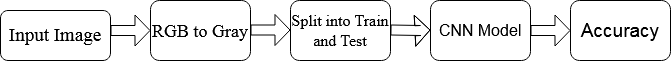
musaru/first_program keeps this draw.io diagram as 28 Aprill meeting.png. Above is the earlier version. Source tidied: cells renumbered, new cells last; positions are measured from the earlier drawing's top-left corner, leaving out a move shared by most shapes. Its diagram source:
```xml
<mxGraphModel>
  <root>
    <mxCell id="0" />
    <mxCell id="1" parent="0" />
    <mxCell id="2" value="&lt;pre style=&quot;font-size: 19px&quot;&gt;&lt;font style=&quot;font-size: 19px&quot; face=&quot;Times New Roman&quot;&gt;Input Image&lt;/font&gt;&lt;/pre&gt;" style="rounded=1;whiteSpace=wrap;html=1;" parent="1" vertex="1">
      <mxGeometry y="10" width="110" height="50" as="geometry" />
    </mxCell>
    <mxCell id="3" style="shape=flexArrow;endArrow=classic;html=1;width=10;startSize=4.67;endSize=4.67;" parent="1" edge="1">
      <mxGeometry relative="1" as="geometry">
        <mxPoint x="110" y="30" as="sourcePoint" />
        <mxPoint x="150" y="30" as="targetPoint" />
      </mxGeometry>
    </mxCell>
    <mxCell id="4" value="&lt;font style=&quot;font-size: 18px&quot; face=&quot;Times New Roman&quot;&gt;RGB to Gray&lt;/font&gt;" style="rounded=1;whiteSpace=wrap;html=1;" parent="1" vertex="1">
      <mxGeometry x="150" width="100" height="60" as="geometry" />
    </mxCell>
    <mxCell id="5" value="&lt;font style=&quot;font-size: 16px&quot; face=&quot;Times New Roman&quot;&gt;Split into Train and Test&lt;br&gt;&lt;/font&gt;" style="rounded=1;whiteSpace=wrap;html=1;" parent="1" vertex="1">
      <mxGeometry x="290" width="100" height="60" as="geometry" />
    </mxCell>
    <mxCell id="6" style="shape=flexArrow;endArrow=classic;html=1;width=10;startSize=4.67;endSize=4.67;" parent="1" edge="1">
      <mxGeometry relative="1" as="geometry">
        <mxPoint x="250" y="29.5" as="sourcePoint" />
        <mxPoint x="290" y="29.5" as="targetPoint" />
      </mxGeometry>
    </mxCell>
    <mxCell id="7" style="shape=flexArrow;endArrow=classic;html=1;width=10;startSize=4.67;endSize=4.67;" parent="1" edge="1">
      <mxGeometry relative="1" as="geometry">
        <mxPoint x="390" y="29.5" as="sourcePoint" />
        <mxPoint x="430" y="29.5" as="targetPoint" />
        <Array as="points">
          <mxPoint x="420" y="30" />
        </Array>
      </mxGeometry>
    </mxCell>
    <mxCell id="8" value="&lt;font style=&quot;font-size: 16px&quot;&gt;CNN Model&lt;br&gt;&lt;/font&gt;" style="rounded=1;whiteSpace=wrap;html=1;" parent="1" vertex="1">
      <mxGeometry x="430" width="100" height="60" as="geometry" />
    </mxCell>
    <mxCell id="9" value="&lt;font style=&quot;font-size: 19px&quot;&gt;Accuracy&lt;/font&gt;" style="rounded=1;whiteSpace=wrap;html=1;" parent="1" vertex="1">
      <mxGeometry x="570" width="100" height="60" as="geometry" />
    </mxCell>
    <mxCell id="10" style="shape=flexArrow;endArrow=classic;html=1;width=10;startSize=4.67;endSize=4.67;" parent="1" edge="1">
      <mxGeometry relative="1" as="geometry">
        <mxPoint x="530" y="30" as="sourcePoint" />
        <mxPoint x="570" y="30" as="targetPoint" />
      </mxGeometry>
    </mxCell>
  </root>
</mxGraphModel>
```
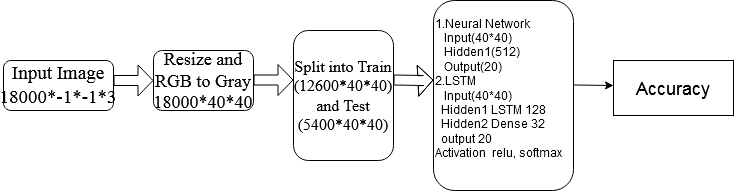
Later version of the same file.

Diff of the diagram source:
```diff
@@ -2,7 +2,7 @@
   <root>
     <mxCell id="0" />
     <mxCell id="1" parent="0" />
-    <mxCell id="2" value="&lt;pre style=&quot;font-size: 19px&quot;&gt;&lt;font style=&quot;font-size: 19px&quot; face=&quot;Times New Roman&quot;&gt;Input Image&lt;/font&gt;&lt;/pre&gt;" style="rounded=1;whiteSpace=wrap;html=1;" parent="1" vertex="1">
+    <mxCell id="2" value="&lt;pre style=&quot;font-size: 19px&quot;&gt;&lt;font style=&quot;font-size: 19px&quot; face=&quot;Times New Roman&quot;&gt;Input Image&lt;br&gt;18000*-1*-1*3&lt;br&gt;&lt;/font&gt;&lt;/pre&gt;" style="rounded=1;whiteSpace=wrap;html=1;" parent="1" vertex="1">
       <mxGeometry y="10" width="110" height="50" as="geometry" />
     </mxCell>
     <mxCell id="3" style="shape=flexArrow;endArrow=classic;html=1;width=10;startSize=4.67;endSize=4.67;" parent="1" edge="1">
@@ -11,11 +11,11 @@
         <mxPoint x="150" y="30" as="targetPoint" />
       </mxGeometry>
     </mxCell>
-    <mxCell id="4" value="&lt;font style=&quot;font-size: 18px&quot; face=&quot;Times New Roman&quot;&gt;RGB to Gray&lt;/font&gt;" style="rounded=1;whiteSpace=wrap;html=1;" parent="1" vertex="1">
+    <mxCell id="4" value="&lt;div&gt;&lt;font style=&quot;font-size: 18px&quot; face=&quot;Times New Roman&quot;&gt;Resize and RGB to Gray&lt;/font&gt;&lt;/div&gt;&lt;div&gt;&lt;font style=&quot;font-size: 18px&quot; face=&quot;Times New Roman&quot;&gt;18000*40*40&lt;br&gt;&lt;/font&gt;&lt;/div&gt;" style="rounded=1;whiteSpace=wrap;html=1;" parent="1" vertex="1">
       <mxGeometry x="150" width="100" height="60" as="geometry" />
     </mxCell>
-    <mxCell id="5" value="&lt;font style=&quot;font-size: 16px&quot; face=&quot;Times New Roman&quot;&gt;Split into Train and Test&lt;br&gt;&lt;/font&gt;" style="rounded=1;whiteSpace=wrap;html=1;" parent="1" vertex="1">
-      <mxGeometry x="290" width="100" height="60" as="geometry" />
+    <mxCell id="5" value="&lt;font style=&quot;font-size: 16px&quot; face=&quot;Times New Roman&quot;&gt;Split into Train (12600*40*40) and Test (5400*40*40)&lt;br&gt;&lt;/font&gt;" style="rounded=1;whiteSpace=wrap;html=1;" parent="1" vertex="1">
+      <mxGeometry x="290" y="-20" width="100" height="130" as="geometry" />
     </mxCell>
     <mxCell id="6" style="shape=flexArrow;endArrow=classic;html=1;width=10;startSize=4.67;endSize=4.67;" parent="1" edge="1">
       <mxGeometry relative="1" as="geometry">
@@ -32,17 +32,17 @@
         </Array>
       </mxGeometry>
     </mxCell>
-    <mxCell id="8" value="&lt;font style=&quot;font-size: 16px&quot;&gt;CNN Model&lt;br&gt;&lt;/font&gt;" style="rounded=1;whiteSpace=wrap;html=1;" parent="1" vertex="1">
-      <mxGeometry x="430" width="100" height="60" as="geometry" />
+    <mxCell id="8" value="&lt;div align=&quot;left&quot;&gt;1.Neural Network&lt;/div&gt;&lt;div align=&quot;left&quot;&gt;&amp;nbsp;&amp;nbsp; Input(40*40)&lt;/div&gt;&lt;div align=&quot;left&quot;&gt;&amp;nbsp;&amp;nbsp; Hidden1(512)&lt;/div&gt;&lt;div align=&quot;left&quot;&gt;&amp;nbsp;&amp;nbsp; Output(20)&lt;br&gt;&lt;/div&gt;&lt;div align=&quot;left&quot;&gt;2.LSTM&lt;/div&gt;&lt;div align=&quot;left&quot;&gt;&amp;nbsp;&amp;nbsp; Input(40*40)&lt;/div&gt;&lt;div align=&quot;left&quot;&gt;&amp;nbsp; Hidden1 LSTM 128&lt;/div&gt;&lt;div align=&quot;left&quot;&gt;&amp;nbsp; Hidden2 Dense 32&lt;/div&gt;&lt;div align=&quot;left&quot;&gt;&amp;nbsp; output 20&lt;/div&gt;&lt;div align=&quot;left&quot;&gt;Activation&amp;nbsp; relu, softmax&lt;br&gt;&lt;/div&gt;&lt;div align=&quot;left&quot;&gt;&amp;nbsp; &lt;br&gt;&lt;/div&gt;" style="rounded=1;whiteSpace=wrap;html=1;align=left;" parent="1" vertex="1">
+      <mxGeometry x="430" y="-50" width="140" height="190" as="geometry" />
     </mxCell>
-    <mxCell id="9" value="&lt;font style=&quot;font-size: 19px&quot;&gt;Accuracy&lt;/font&gt;" style="rounded=1;whiteSpace=wrap;html=1;" parent="1" vertex="1">
-      <mxGeometry x="570" width="100" height="60" as="geometry" />
+    <mxCell id="9" value="&lt;font style=&quot;font-size: 18px&quot;&gt;Accuracy&lt;/font&gt;" style="rounded=0;whiteSpace=wrap;html=1;" parent="1" vertex="1">
+      <mxGeometry x="610" y="10" width="120" height="55" as="geometry" />
     </mxCell>
-    <mxCell id="10" style="shape=flexArrow;endArrow=classic;html=1;width=10;startSize=4.67;endSize=4.67;" parent="1" edge="1">
-      <mxGeometry relative="1" as="geometry">
-        <mxPoint x="530" y="30" as="sourcePoint" />
-        <mxPoint x="570" y="30" as="targetPoint" />
-      </mxGeometry>
-    </mxCell>
+    <mxCell id="11" style="endArrow=classic;html=1;" parent="1" edge="1">
+      <mxGeometry relative="1" as="geometry">
+        <mxPoint x="570" y="34.5" as="sourcePoint" />
+        <mxPoint x="610" y="35" as="targetPoint" />
+      </mxGeometry>
+    </mxCell>
   </root>
 </mxGraphModel>
```
